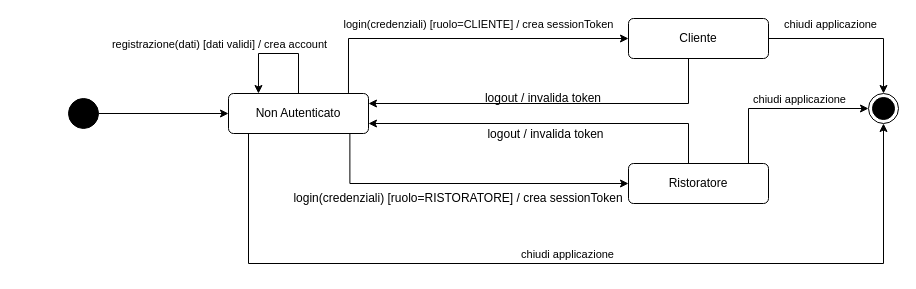
The draw.io diagram Progettazione/Barlera/StateDiagram.drawio in FloshDev/TheKnife-B, before the edit. Source tidied: cells renumbered, new cells numbered last; positions are measured from the earlier drawing's top-left corner, leaving out a move shared by most shapes. Both pictures are drawn from the tidied source at 100%, with x=0, y=0 at pixel (68, 18).
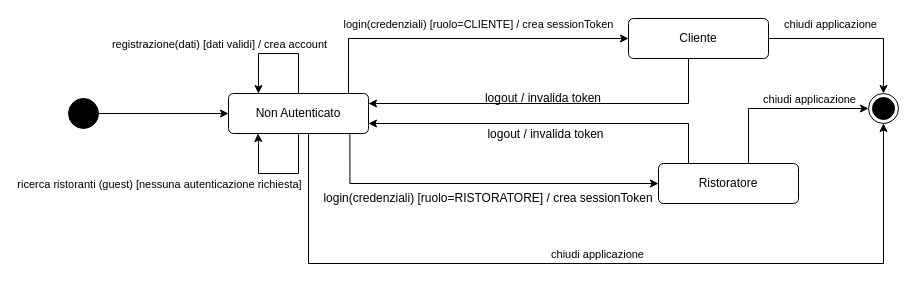
Above is the later version.

Commit message:
Fix State Diagram

Mancava Stato Guest

The change refers to these unchanged cells:
```xml
<mxCell id="11" value="Non Autenticato" style="html=1;align=center;verticalAlign=middle;rounded=1;absoluteArcSize=1;arcSize=10;dashed=0;whiteSpace=wrap;" parent="1" vertex="1">
  <mxGeometry x="160" y="75" width="140" height="40" as="geometry" />
</mxCell>
<mxCell id="20" style="ellipse;html=1;shape=endState;fillColor=strokeColor;" parent="1" vertex="1">
  <mxGeometry x="800" y="75" width="30" height="30" as="geometry" />
</mxCell>
```

Change to the diagram source:
```diff
@@
     <mxCell id="9" style="edgeStyle=orthogonalEdgeStyle;rounded=0;jettySize=auto;html=1;entryX=0.5;entryY=1;entryDx=0;entryDy=0;" parent="1" edge="1" source="11" target="20">
       <mxGeometry relative="1" as="geometry">
         <Array as="points">
-          <mxPoint x="180" y="245" />
+          <mxPoint x="240" y="245" />
           <mxPoint x="815" y="245" />
         </Array>
       </mxGeometry>
     </mxCell>
@@
     <mxCell id="19" value="Ristoratore" style="html=1;align=center;verticalAlign=middle;rounded=1;absoluteArcSize=1;arcSize=10;dashed=0;whiteSpace=wrap;" parent="1" vertex="1">
-      <mxGeometry x="560" y="145" width="140" height="40" as="geometry" />
+      <mxGeometry x="590" y="145" width="140" height="40" as="geometry" />
     </mxCell>
@@
-    <mxCell id="21" style="edgeLabel;html=1;align=center;verticalAlign=middle;labelBackgroundColor=none;" parent="1" vertex="1">
-      <mxGeometry x="250" y="205" as="geometry" />
-    </mxCell>
     <mxCell id="22" value="login(credenziali) [ruolo=RISTORATORE] / crea sessionToken" style="text;html=1;whiteSpace=wrap;strokeColor=none;fillColor=none;align=center;verticalAlign=middle;rounded=0;" parent="1" vertex="1">
-      <mxGeometry x="220" y="165" width="340" height="30" as="geometry" />
+      <mxGeometry x="250" y="165" width="340" height="30" as="geometry" />
     </mxCell>
@@
     <mxCell id="24" value="chiudi applicazione" style="edgeLabel;html=1;align=center;verticalAlign=middle;labelBackgroundColor=none;" parent="1" vertex="1">
-      <mxGeometry x="730" y="80" as="geometry" />
+      <mxGeometry x="740" y="80" as="geometry" />
     </mxCell>
+    <mxCell id="25" style="edgeStyle=orthogonalEdgeStyle;rounded=0;orthogonalLoop=1;jettySize=auto;html=1;exitX=0.5;exitY=1;exitDx=0;exitDy=0;entryX=0.21;entryY=1;entryDx=0;entryDy=0;entryPerimeter=0;" parent="1" edge="1" source="11" target="11">
+      <mxGeometry relative="1" as="geometry">
+        <Array as="points">
+          <mxPoint x="230" y="155" />
+          <mxPoint x="190" y="155" />
+          <mxPoint x="190" y="125" />
+          <mxPoint x="189" y="125" />
+        </Array>
+      </mxGeometry>
+    </mxCell>
+    <mxCell id="26" value="ricerca ristoranti (guest) [nessuna autenticazione richiesta]" style="edgeLabel;html=1;align=center;verticalAlign=middle;labelBackgroundColor=none;" parent="25" vertex="1">
+      <mxGeometry x="-0.05" y="-2" relative="1" as="geometry">
+        <mxPoint x="-123" y="12" as="offset" />
+      </mxGeometry>
+    </mxCell>
```
